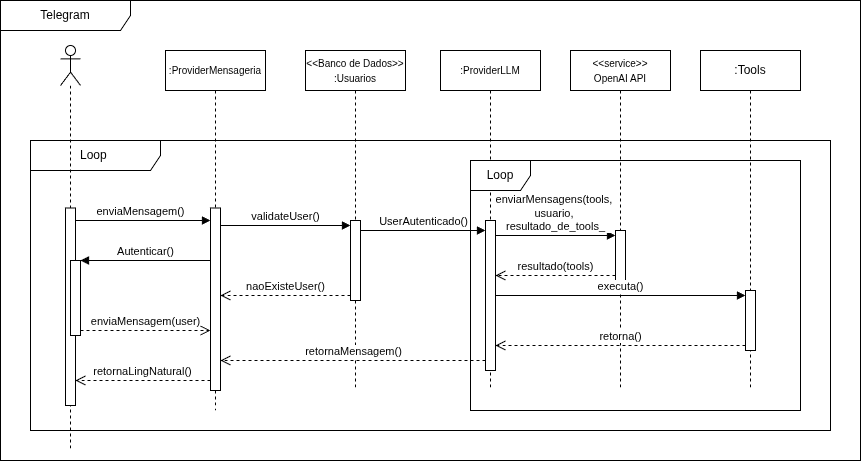
UnBArqDsw2026-1-Turma02/2026.01-T02_G8_Financas_Entrega_02 keeps this draw.io diagram as docs/Modelagem/assets/sequencia.png. Above is the earlier version. Source tidied: cells renumbered, new cells last; positions are measured from the earlier drawing's top-left corner, leaving out a move shared by most shapes.
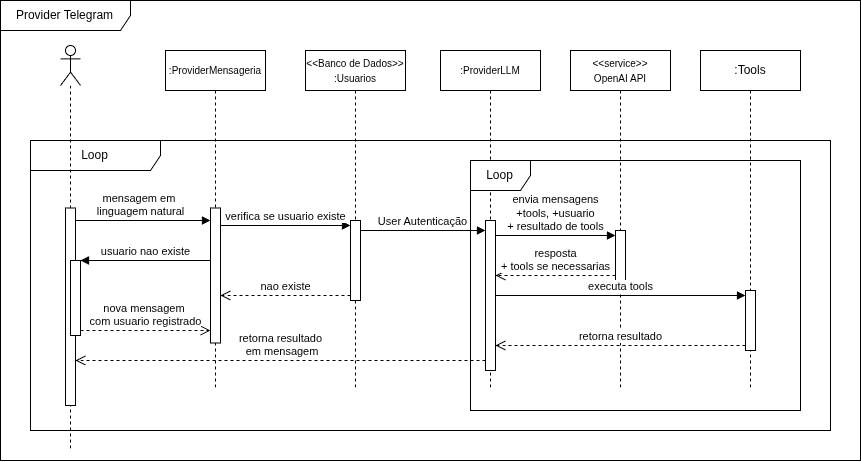
Later version of the same file.

Commit message:
adicao diagrama de atividades

What changed in the source:
```diff
@@ -2,27 +2,27 @@
   <root>
     <mxCell id="0" />
     <mxCell id="1" parent="0" />
-    <mxCell id="2" value="Telegram" style="shape=umlFrame;whiteSpace=wrap;html=1;width=130;height=30;" parent="1" vertex="1">
+    <mxCell id="2" value="Provider Telegram" style="shape=umlFrame;whiteSpace=wrap;html=1;width=130;height=30;" parent="1" vertex="1">
       <mxGeometry width="860" height="460" as="geometry" />
     </mxCell>
-    <mxCell id="3" value="Loop&amp;nbsp;" style="shape=umlFrame;whiteSpace=wrap;html=1;width=130;height=30;" parent="1" vertex="1">
+    <mxCell id="3" value="Loop" style="shape=umlFrame;whiteSpace=wrap;html=1;width=130;height=30;" parent="1" vertex="1">
       <mxGeometry x="30" y="140" width="800" height="290" as="geometry" />
     </mxCell>
-    <mxCell id="4" value="enviaMensagem()" style="html=1;verticalAlign=bottom;endArrow=block;edgeStyle=elbowEdgeStyle;elbow=vertical;curved=0;rounded=0;" parent="1" edge="1" source="7" target="13">
+    <mxCell id="4" value="mensagem em&amp;nbsp;&lt;div&gt;linguagem natural&lt;/div&gt;" style="html=1;verticalAlign=bottom;endArrow=block;edgeStyle=elbowEdgeStyle;elbow=vertical;curved=0;rounded=0;" parent="1" edge="1" source="7" target="13">
       <mxGeometry relative="1" as="geometry">
         <Array as="points">
           <mxPoint x="170" y="220" />
         </Array>
       </mxGeometry>
     </mxCell>
-    <mxCell id="5" value="Autenticar()" style="html=1;verticalAlign=bottom;endArrow=block;edgeStyle=elbowEdgeStyle;elbow=vertical;curved=0;rounded=0;" parent="1" edge="1" source="13" target="9">
+    <mxCell id="5" value="usuario nao existe" style="html=1;verticalAlign=bottom;endArrow=block;edgeStyle=elbowEdgeStyle;elbow=vertical;curved=0;rounded=0;" parent="1" edge="1" source="13" target="9">
       <mxGeometry relative="1" as="geometry">
         <Array as="points">
           <mxPoint x="180" y="260" />
         </Array>
       </mxGeometry>
     </mxCell>
-    <mxCell id="6" value="enviaMensagem(user)" style="html=1;verticalAlign=bottom;endArrow=open;dashed=1;endSize=8;edgeStyle=elbowEdgeStyle;elbow=vertical;curved=0;rounded=0;" parent="1" edge="1" source="9" target="13">
+    <mxCell id="6" value="nova mensagem&amp;nbsp;&lt;div&gt;com usuario registrado&lt;/div&gt;" style="html=1;verticalAlign=bottom;endArrow=open;dashed=1;endSize=8;edgeStyle=elbowEdgeStyle;elbow=vertical;curved=0;rounded=0;" parent="1" edge="1" source="9" target="13">
       <mxGeometry relative="1" as="geometry">
         <Array as="points">
           <mxPoint x="170" y="330" />
@@ -38,17 +38,17 @@
     <mxCell id="9" style="html=1;points=[[0,0,0,0,5],[0,1,0,0,-5],[1,0,0,0,5],[1,1,0,0,-5]];perimeter=orthogonalPerimeter;outlineConnect=0;targetShapes=umlLifeline;portConstraint=eastwest;newEdgeStyle={&quot;curved&quot;:0,&quot;rounded&quot;:0};" parent="7" vertex="1">
       <mxGeometry x="10" y="215" width="10" height="75" as="geometry" />
     </mxCell>
-    <mxCell id="10" value="validateUser()" style="html=1;verticalAlign=bottom;endArrow=block;curved=0;rounded=0;entryX=0;entryY=0;entryDx=0;entryDy=5;" parent="1" edge="1" source="13" target="15">
+    <mxCell id="10" value="verifica se usuario existe" style="html=1;verticalAlign=bottom;endArrow=block;curved=0;rounded=0;entryX=0;entryY=0;entryDx=0;entryDy=5;" parent="1" edge="1" source="13" target="15">
       <mxGeometry relative="1" as="geometry" />
     </mxCell>
-    <mxCell id="11" value="naoExisteUser()" style="html=1;verticalAlign=bottom;endArrow=open;dashed=1;endSize=8;curved=0;rounded=0;exitX=0;exitY=1;exitDx=0;exitDy=-5;" parent="1" edge="1" source="15" target="13">
+    <mxCell id="11" value="nao existe" style="html=1;verticalAlign=bottom;endArrow=open;dashed=1;endSize=8;curved=0;rounded=0;exitX=0;exitY=1;exitDx=0;exitDy=-5;" parent="1" edge="1" source="15" target="13">
       <mxGeometry relative="1" as="geometry" />
     </mxCell>
     <mxCell id="12" value="&lt;font style=&quot;font-size: 10px;&quot;&gt;:&lt;font style=&quot;&quot;&gt;ProviderMensageria&lt;/font&gt;&lt;/font&gt;" style="shape=umlLifeline;perimeter=lifelinePerimeter;whiteSpace=wrap;html=1;newEdgeStyle={&quot;curved&quot;:0,&quot;rounded&quot;:0};" parent="1" vertex="1">
-      <mxGeometry x="165" y="50" width="100" height="360" as="geometry" />
+      <mxGeometry x="165" y="50" width="100" height="340" as="geometry" />
     </mxCell>
     <mxCell id="13" style="html=1;points=[[0,0,0,0,5],[0,1,0,0,-5],[1,0,0,0,5],[1,1,0,0,-5]];perimeter=orthogonalPerimeter;outlineConnect=0;targetShapes=umlLifeline;portConstraint=eastwest;newEdgeStyle={&quot;curved&quot;:0,&quot;rounded&quot;:0};" parent="12" vertex="1">
-      <mxGeometry x="45" y="157.5" width="10" height="182.5" as="geometry" />
+      <mxGeometry x="45" y="157.5" width="10" height="135" as="geometry" />
     </mxCell>
     <mxCell id="14" value="&lt;font style=&quot;font-size: 10px;&quot;&gt;&amp;lt;&amp;lt;Banco de Dados&amp;gt;&amp;gt;&lt;/font&gt;&lt;div&gt;&lt;font style=&quot;font-size: 10px;&quot;&gt;:Usuarios&lt;/font&gt;&lt;/div&gt;" style="shape=umlLifeline;perimeter=lifelinePerimeter;whiteSpace=wrap;html=1;newEdgeStyle={&quot;curved&quot;:0,&quot;rounded&quot;:0};" parent="1" vertex="1">
       <mxGeometry x="305" y="50" width="100" height="340" as="geometry" />
@@ -74,35 +74,31 @@
     <mxCell id="21" style="html=1;points=[[0,0,0,0,5],[0,1,0,0,-5],[1,0,0,0,5],[1,1,0,0,-5]];perimeter=orthogonalPerimeter;outlineConnect=0;targetShapes=umlLifeline;portConstraint=eastwest;newEdgeStyle={&quot;curved&quot;:0,&quot;rounded&quot;:0};" parent="20" vertex="1">
       <mxGeometry x="45" y="240" width="10" height="60" as="geometry" />
     </mxCell>
-    <mxCell id="22" value="UserAutenticado()" style="html=1;verticalAlign=bottom;endArrow=block;curved=0;rounded=0;" parent="1" edge="1" target="17">
+    <mxCell id="22" value="User Autenticação" style="html=1;verticalAlign=bottom;endArrow=block;curved=0;rounded=0;" parent="1" edge="1" target="17">
       <mxGeometry relative="1" as="geometry">
         <mxPoint x="360" y="230" as="sourcePoint" />
       </mxGeometry>
     </mxCell>
-    <mxCell id="23" value="resultado(&lt;span style=&quot;background-color: light-dark(#ffffff, var(--ge-dark-color, #121212)); color: light-dark(rgb(0, 0, 0), rgb(255, 255, 255));&quot;&gt;tools)&lt;/span&gt;" style="html=1;verticalAlign=bottom;endArrow=open;dashed=1;endSize=8;curved=0;rounded=0;exitX=0;exitY=1;exitDx=0;exitDy=-5;" parent="1" edge="1" source="19" target="17">
+    <mxCell id="23" value="resposta&lt;div&gt;+ tools se necessarias&lt;/div&gt;" style="html=1;verticalAlign=bottom;endArrow=open;dashed=1;endSize=8;curved=0;rounded=0;exitX=0;exitY=1;exitDx=0;exitDy=-5;" parent="1" edge="1" source="19" target="17">
       <mxGeometry relative="1" as="geometry" />
     </mxCell>
-    <mxCell id="24" value="enviarMensagens(&lt;span style=&quot;background-color: light-dark(#ffffff, var(--ge-dark-color, #121212)); color: light-dark(rgb(0, 0, 0), rgb(255, 255, 255));&quot;&gt;tools,&amp;nbsp;&lt;/span&gt;&lt;div&gt;&lt;span style=&quot;color: light-dark(rgb(0, 0, 0), rgb(255, 255, 255)); background-color: light-dark(#ffffff, var(--ge-dark-color, #121212));&quot;&gt;usuario,&amp;nbsp;&lt;/span&gt;&lt;/div&gt;&lt;div&gt;&lt;span style=&quot;background-color: light-dark(#ffffff, var(--ge-dark-color, #121212)); color: light-dark(rgb(0, 0, 0), rgb(255, 255, 255));&quot;&gt;resultado_de_tools_&lt;/span&gt;&lt;/div&gt;" style="html=1;verticalAlign=bottom;endArrow=block;curved=0;rounded=0;entryX=0;entryY=0;entryDx=0;entryDy=5;" parent="1" edge="1" source="17" target="19">
+    <mxCell id="24" value="envia mensagens&lt;div&gt;+tools,&amp;nbsp;&lt;span style=&quot;background-color: light-dark(#ffffff, var(--ge-dark-color, #121212)); color: light-dark(rgb(0, 0, 0), rgb(255, 255, 255));&quot;&gt;+usuario&lt;/span&gt;&lt;/div&gt;&lt;div&gt;+ resultado de tools&lt;/div&gt;" style="html=1;verticalAlign=bottom;endArrow=block;curved=0;rounded=0;entryX=0;entryY=0;entryDx=0;entryDy=5;" parent="1" edge="1" source="17" target="19">
       <mxGeometry relative="1" as="geometry" />
     </mxCell>
-    <mxCell id="25" value="retorna()" style="html=1;verticalAlign=bottom;endArrow=open;dashed=1;endSize=8;curved=0;rounded=0;exitX=0;exitY=1;exitDx=0;exitDy=-5;" parent="1" edge="1" source="21" target="17">
+    <mxCell id="25" value="retorna resultado" style="html=1;verticalAlign=bottom;endArrow=open;dashed=1;endSize=8;curved=0;rounded=0;exitX=0;exitY=1;exitDx=0;exitDy=-5;" parent="1" edge="1" source="21" target="17">
       <mxGeometry relative="1" as="geometry" />
     </mxCell>
-    <mxCell id="26" value="executa()" style="html=1;verticalAlign=bottom;endArrow=block;curved=0;rounded=0;entryX=0;entryY=0;entryDx=0;entryDy=5;" parent="1" edge="1" source="17" target="21">
+    <mxCell id="26" value="executa tools" style="html=1;verticalAlign=bottom;endArrow=block;curved=0;rounded=0;entryX=0;entryY=0;entryDx=0;entryDy=5;" parent="1" edge="1" source="17" target="21">
       <mxGeometry relative="1" as="geometry" />
     </mxCell>
-    <mxCell id="27" value="retornaMensagem()" style="html=1;verticalAlign=bottom;endArrow=open;dashed=1;endSize=8;curved=0;rounded=0;" parent="1" edge="1" target="13">
+    <mxCell id="27" value="retorna resultado&lt;div&gt;&amp;nbsp;em mensagem&lt;/div&gt;" style="html=1;verticalAlign=bottom;endArrow=open;dashed=1;endSize=8;curved=0;rounded=0;" parent="1" edge="1">
       <mxGeometry relative="1" as="geometry">
         <mxPoint x="485" y="360" as="sourcePoint" />
+        <mxPoint x="75" y="360" as="targetPoint" />
       </mxGeometry>
     </mxCell>
     <mxCell id="28" value="Loop" style="shape=umlFrame;whiteSpace=wrap;html=1;" parent="1" vertex="1">
       <mxGeometry x="470" y="160" width="330" height="250" as="geometry" />
     </mxCell>
-    <mxCell id="29" value="retornaLingNatural()" style="html=1;verticalAlign=bottom;endArrow=open;dashed=1;endSize=8;curved=0;rounded=0;" parent="1" edge="1" target="8">
-      <mxGeometry relative="1" as="geometry">
-        <mxPoint x="210" y="380" as="sourcePoint" />
-      </mxGeometry>
-    </mxCell>
   </root>
 </mxGraphModel>
```
